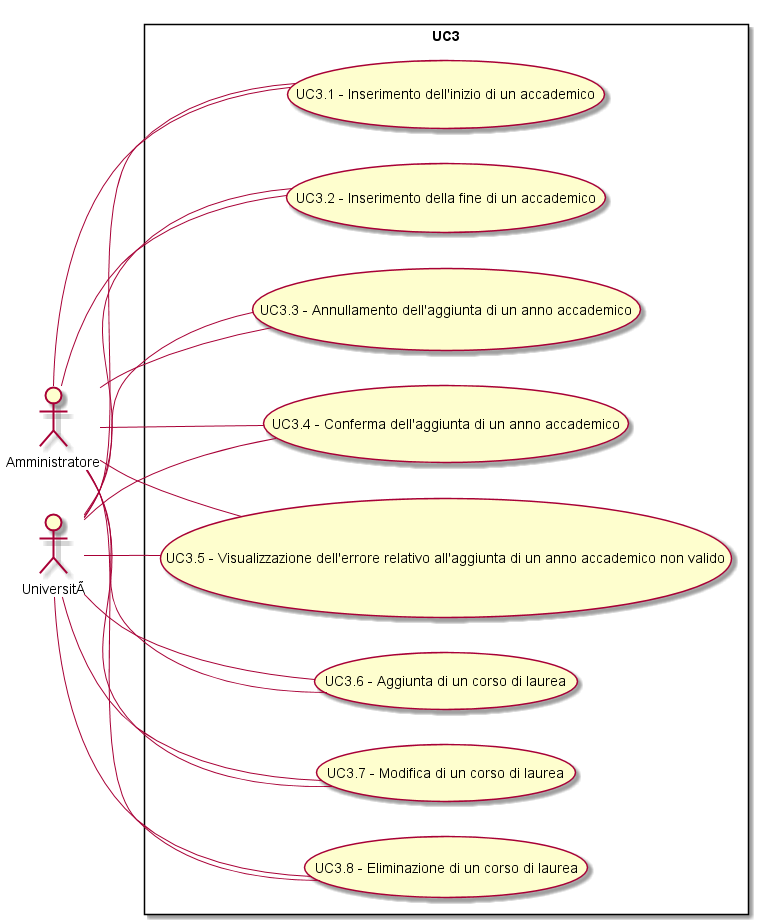
Before: Analisi dei requisiti/img/UC3.png, a diagram exported from PlantUML (SOS-SonsOfSwe/Marvin). Its diagram source:
```plantuml
@startuml
left to right direction
skinparam packageStyle rectangle
actor Amministratore
actor Università
rectangle UC3 {
Amministratore -- (UC3.1 - Inserimento dell'inizio di un accademico)
Amministratore -- (UC3.2 - Inserimento della fine di un accademico)
Amministratore -- (UC3.3 - Annullamento dell'aggiunta di un anno accademico)
Amministratore -- (UC3.4 - Conferma dell'aggiunta di un anno accademico)
Amministratore -- (UC3.5 - Visualizzazione dell'errore relativo all'aggiunta di un anno accademico non valido)
Amministratore -- (UC3.6 - Aggiunta di un corso di laurea)
Amministratore -- (UC3.7 - Modifica di un corso di laurea)
Amministratore -- (UC3.8 - Eliminazione di un corso di laurea)
Università -- (UC3.1 - Inserimento dell'inizio di un accademico)
Università -- (UC3.2 - Inserimento della fine di un accademico)
Università -- (UC3.3 - Annullamento dell'aggiunta di un anno accademico)
Università -- (UC3.4 - Conferma dell'aggiunta di un anno accademico)
Università -- (UC3.5 - Visualizzazione dell'errore relativo all'aggiunta di un anno accademico non valido)
Università -- (UC3.6 - Aggiunta di un corso di laurea)
Università -- (UC3.7 - Modifica di un corso di laurea)
Università -- (UC3.8 - Eliminazione di un corso di laurea)
}
@enduml
```
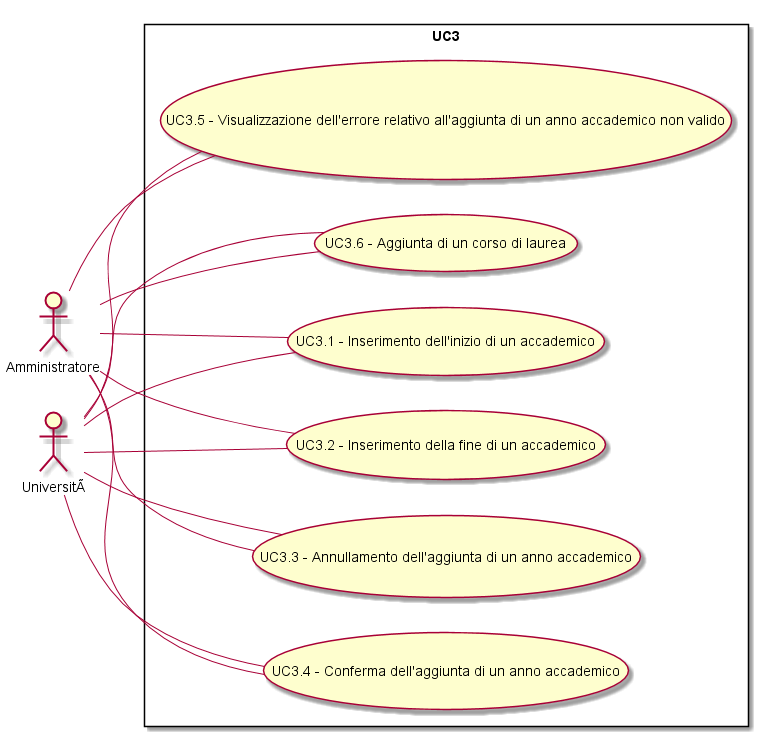
The same diagram one commit later.

What changed in the source:
```diff
@@ -10,15 +10,11 @@
 Amministratore -- (UC3.4 - Conferma dell'aggiunta di un anno accademico)
 Amministratore -- (UC3.5 - Visualizzazione dell'errore relativo all'aggiunta di un anno accademico non valido)
 Amministratore -- (UC3.6 - Aggiunta di un corso di laurea)
-Amministratore -- (UC3.7 - Modifica di un corso di laurea)
-Amministratore -- (UC3.8 - Eliminazione di un corso di laurea)
 Università -- (UC3.1 - Inserimento dell'inizio di un accademico)
 Università -- (UC3.2 - Inserimento della fine di un accademico)
 Università -- (UC3.3 - Annullamento dell'aggiunta di un anno accademico)
 Università -- (UC3.4 - Conferma dell'aggiunta di un anno accademico)
 Università -- (UC3.5 - Visualizzazione dell'errore relativo all'aggiunta di un anno accademico non valido)
 Università -- (UC3.6 - Aggiunta di un corso di laurea)
-Università -- (UC3.7 - Modifica di un corso di laurea)
-Università -- (UC3.8 - Eliminazione di un corso di laurea)
 }
 @enduml
```
